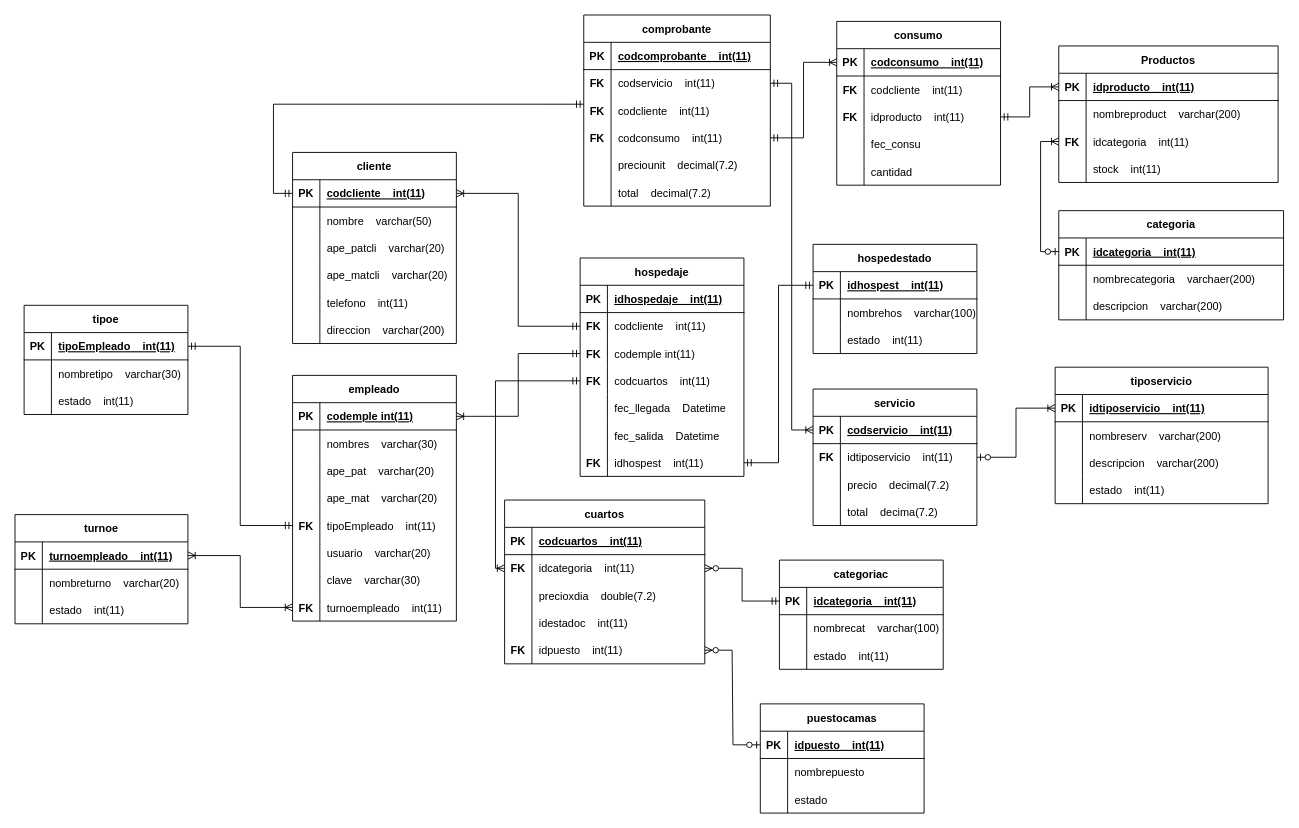
Earlier version of the draw.io diagram DER_Hotel.drawio (josdahuqui1992/SistemaHoteleria). Source tidied: cells renumbered, new cells numbered last; positions are measured from the earlier drawing's top-left corner, leaving out a move shared by most shapes. Both pictures are drawn from the tidied source at 91%, with x=0, y=0 at pixel (15, 15).
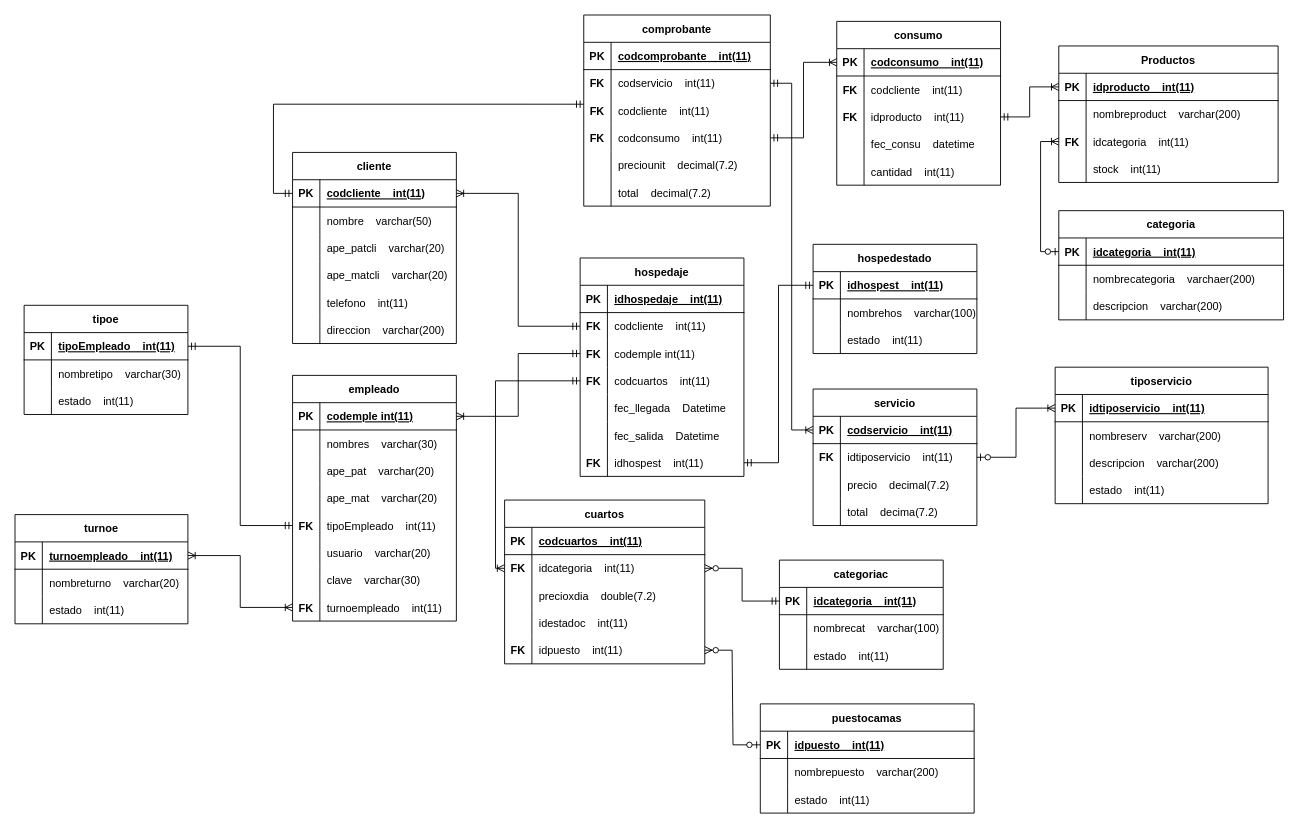
The same page after the edit.

The change refers to these unchanged cells:
```xml
<mxCell id="211" style="shape=tableRow;horizontal=0;startSize=0;swimlaneHead=0;swimlaneBody=0;fillColor=none;top=0;left=0;right=0;bottom=0;" parent="201" vertex="1">
  <mxGeometry y="120" width="180" height="30" as="geometry" />
</mxCell>
<mxCell id="214" style="shape=tableRow;horizontal=0;startSize=0;swimlaneHead=0;swimlaneBody=0;fillColor=none;top=0;left=0;right=0;bottom=0;" parent="201" vertex="1">
  <mxGeometry y="150" width="180" height="30" as="geometry" />
</mxCell>
```

What changed in the source:
```diff
@@
     <mxCell id="94" value="puestocamas" style="shape=table;startSize=30;childLayout=tableLayout;rowLines=0;fontStyle=1;align=center;" parent="1" vertex="1">
-      <mxGeometry x="819" y="757" width="180" height="120" as="geometry" />
+      <mxGeometry x="819" y="757" width="235" height="120" as="geometry" />
     </mxCell>
     <mxCell id="95" style="shape=tableRow;horizontal=0;startSize=0;swimlaneHead=0;swimlaneBody=0;fillColor=none;points=[[0,0.5],[1,0.5]];portConstraint=eastwest;top=0;left=0;right=0;bottom=1;" parent="94" vertex="1">
-      <mxGeometry y="30" width="180" height="30" as="geometry" />
+      <mxGeometry y="30" width="235" height="30" as="geometry" />
     </mxCell>
@@
     <mxCell id="97" value="idpuesto    int(11)" style="shape=partialRectangle;fillColor=none;top=0;left=0;bottom=0;right=0;align=left;spacingLeft=6;fontStyle=5;overflow=hidden;" parent="95" vertex="1">
-      <mxGeometry x="30" width="150" height="30" as="geometry" />
+      <mxGeometry x="30" width="205" height="30" as="geometry" />
     </mxCell>
     <mxCell id="98" style="shape=tableRow;horizontal=0;startSize=0;swimlaneHead=0;swimlaneBody=0;fillColor=none;top=0;left=0;right=0;bottom=0;" parent="94" vertex="1">
-      <mxGeometry y="60" width="180" height="30" as="geometry" />
+      <mxGeometry y="60" width="235" height="30" as="geometry" />
     </mxCell>
@@
-    <mxCell id="100" value="nombrepuesto" style="shape=partialRectangle;fillColor=none;top=0;left=0;bottom=0;right=0;align=left;spacingLeft=6;overflow=hidden;" parent="98" vertex="1">
-      <mxGeometry x="30" width="150" height="30" as="geometry" />
+    <mxCell id="100" value="nombrepuesto    varchar(200)" style="shape=partialRectangle;fillColor=none;top=0;left=0;bottom=0;right=0;align=left;spacingLeft=6;overflow=hidden;" parent="98" vertex="1">
+      <mxGeometry x="30" width="205" height="30" as="geometry" />
     </mxCell>
     <mxCell id="101" style="shape=tableRow;horizontal=0;startSize=0;swimlaneHead=0;swimlaneBody=0;fillColor=none;top=0;left=0;right=0;bottom=0;" parent="94" vertex="1">
-      <mxGeometry y="90" width="180" height="30" as="geometry" />
+      <mxGeometry y="90" width="235" height="30" as="geometry" />
     </mxCell>
@@
-    <mxCell id="103" value="estado" style="shape=partialRectangle;fillColor=none;top=0;left=0;bottom=0;right=0;align=left;spacingLeft=6;overflow=hidden;" parent="101" vertex="1">
-      <mxGeometry x="30" width="150" height="30" as="geometry" />
+    <mxCell id="103" value="estado    int(11)" style="shape=partialRectangle;fillColor=none;top=0;left=0;bottom=0;right=0;align=left;spacingLeft=6;overflow=hidden;" parent="101" vertex="1">
+      <mxGeometry x="30" width="205" height="30" as="geometry" />
     </mxCell>
@@
-    <mxCell id="213" value="fec_consu" style="shape=partialRectangle;fillColor=none;top=0;left=0;bottom=0;right=0;align=left;spacingLeft=6;overflow=hidden;" parent="211" vertex="1">
+    <mxCell id="213" value="fec_consu    datetime" style="shape=partialRectangle;fillColor=none;top=0;left=0;bottom=0;right=0;align=left;spacingLeft=6;overflow=hidden;" parent="211" vertex="1">
       <mxGeometry x="30" width="150" height="30" as="geometry" />
     </mxCell>
@@
-    <mxCell id="216" value="cantidad" style="shape=partialRectangle;fillColor=none;top=0;left=0;bottom=0;right=0;align=left;spacingLeft=6;overflow=hidden;" parent="214" vertex="1">
+    <mxCell id="216" value="cantidad    int(11)" style="shape=partialRectangle;fillColor=none;top=0;left=0;bottom=0;right=0;align=left;spacingLeft=6;overflow=hidden;" parent="214" vertex="1">
       <mxGeometry x="30" width="150" height="30" as="geometry" />
     </mxCell>
```
